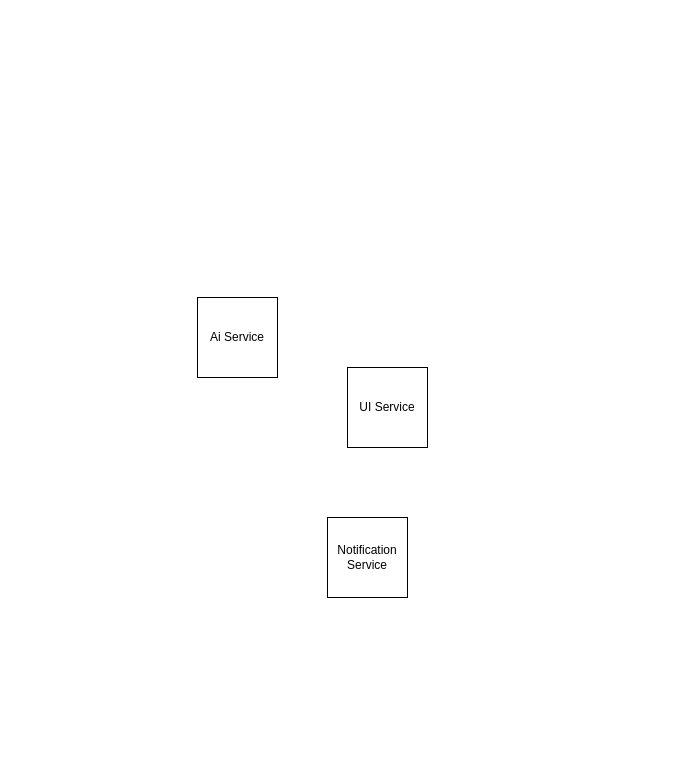
The draw.io diagram page "HLD" (1 of 2) of Designs/diagrams/human-supervisor-hld.drawio in tjha/human-supervisor, before the edit. Source tidied: cells renumbered, new cells numbered last; positions are measured from the earlier drawing's top-left corner, leaving out a move shared by most shapes. Both pictures are drawn from the tidied source at 100%, with x=0, y=0 at pixel (197, 297).
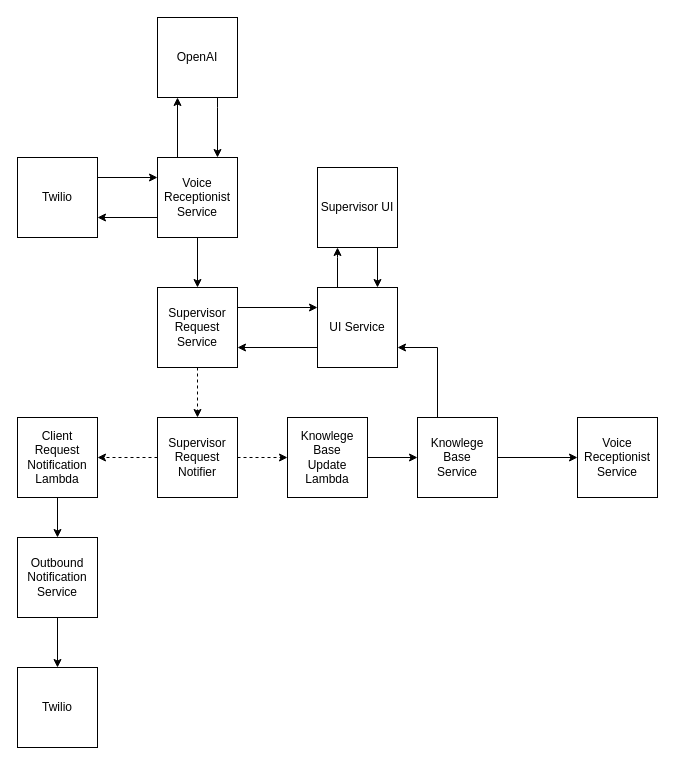
The same diagram, later.

Commit message:
Sketched rough hld outline

The outline covers only service calls, not internal low-level components
like data store and notification services

What changed in the source:
```diff
@@
+    <mxCell id="5" style="edgeStyle=orthogonalEdgeStyle;rounded=0;jettySize=auto;html=1;exitX=0.25;exitY=0;exitDx=0;exitDy=0;entryX=0.25;entryY=1;entryDx=0;entryDy=0;" parent="1" edge="1" source="2" target="19">
+      <mxGeometry relative="1" as="geometry" />
+    </mxCell>
+    <mxCell id="6" style="edgeStyle=orthogonalEdgeStyle;rounded=0;jettySize=auto;html=1;" parent="1" edge="1" source="2" target="15">
+      <mxGeometry relative="1" as="geometry" />
+    </mxCell>
+    <mxCell id="7" style="edgeStyle=orthogonalEdgeStyle;rounded=0;jettySize=auto;html=1;exitX=0;exitY=0.75;exitDx=0;exitDy=0;entryX=1;entryY=0.75;entryDx=0;entryDy=0;" parent="1" edge="1" source="2" target="17">
+      <mxGeometry relative="1" as="geometry" />
+    </mxCell>
-    <mxCell id="2" value="Ai Service" style="whiteSpace=wrap;html=1;" parent="1" vertex="1">
-      <mxGeometry width="80" height="80" as="geometry" />
+    <mxCell id="2" value="Voice Receptionist Service" style="whiteSpace=wrap;html=1;" parent="1" vertex="1">
+      <mxGeometry x="-40" y="-140" width="80" height="80" as="geometry" />
     </mxCell>
+    <mxCell id="8" style="edgeStyle=orthogonalEdgeStyle;rounded=0;jettySize=auto;html=1;entryX=0.25;entryY=1;entryDx=0;entryDy=0;exitX=0.25;exitY=0;exitDx=0;exitDy=0;" parent="1" edge="1" source="3" target="12">
+      <mxGeometry relative="1" as="geometry">
+        <Array as="points">
+          <mxPoint x="140" y="-40" />
+          <mxPoint x="140" y="-40" />
+        </Array>
+      </mxGeometry>
+    </mxCell>
+    <mxCell id="9" style="edgeStyle=orthogonalEdgeStyle;rounded=0;jettySize=auto;html=1;exitX=0;exitY=0.75;exitDx=0;exitDy=0;entryX=1;entryY=0.75;entryDx=0;entryDy=0;" parent="1" edge="1" source="3" target="15">
+      <mxGeometry relative="1" as="geometry" />
+    </mxCell>
     <mxCell id="3" value="UI Service" style="whiteSpace=wrap;html=1;" parent="1" vertex="1">
-      <mxGeometry x="150" y="70" width="80" height="80" as="geometry" />
+      <mxGeometry x="120" y="-10" width="80" height="80" as="geometry" />
     </mxCell>
+    <mxCell id="10" style="edgeStyle=orthogonalEdgeStyle;rounded=0;jettySize=auto;html=1;" parent="1" edge="1" source="4" target="30">
+      <mxGeometry relative="1" as="geometry" />
+    </mxCell>
-    <mxCell id="4" value="Notification Service" style="whiteSpace=wrap;html=1;" parent="1" vertex="1">
-      <mxGeometry x="130" y="220" width="80" height="80" as="geometry" />
+    <mxCell id="4" value="&lt;div&gt;Outbound&lt;/div&gt;Notification Service" style="whiteSpace=wrap;html=1;" parent="1" vertex="1">
+      <mxGeometry x="-180" y="240" width="80" height="80" as="geometry" />
     </mxCell>
+    <mxCell id="11" style="edgeStyle=orthogonalEdgeStyle;rounded=0;jettySize=auto;html=1;exitX=0.75;exitY=1;exitDx=0;exitDy=0;entryX=0.75;entryY=0;entryDx=0;entryDy=0;" parent="1" edge="1" source="12" target="3">
+      <mxGeometry relative="1" as="geometry" />
+    </mxCell>
+    <mxCell id="12" value="Supervisor UI" style="whiteSpace=wrap;html=1;" parent="1" vertex="1">
+      <mxGeometry x="120" y="-130" width="80" height="80" as="geometry" />
+    </mxCell>
+    <mxCell id="13" style="edgeStyle=orthogonalEdgeStyle;rounded=0;jettySize=auto;html=1;dashed=1;" parent="1" edge="1" source="15" target="22">
+      <mxGeometry relative="1" as="geometry" />
+    </mxCell>
+    <mxCell id="14" style="edgeStyle=orthogonalEdgeStyle;rounded=0;jettySize=auto;html=1;entryX=0;entryY=0.25;entryDx=0;entryDy=0;exitX=1;exitY=0.25;exitDx=0;exitDy=0;" parent="1" edge="1" source="15" target="3">
+      <mxGeometry relative="1" as="geometry" />
+    </mxCell>
+    <mxCell id="15" value="&lt;div&gt;Supervisor&lt;/div&gt;Request&lt;div&gt;Service&lt;/div&gt;" style="whiteSpace=wrap;html=1;" parent="1" vertex="1">
+      <mxGeometry x="-40" y="-10" width="80" height="80" as="geometry" />
+    </mxCell>
+    <mxCell id="16" style="edgeStyle=orthogonalEdgeStyle;rounded=0;jettySize=auto;html=1;exitX=1;exitY=0.25;exitDx=0;exitDy=0;entryX=0;entryY=0.25;entryDx=0;entryDy=0;" parent="1" edge="1" source="17" target="2">
+      <mxGeometry relative="1" as="geometry" />
+    </mxCell>
+    <mxCell id="17" value="Twilio" style="whiteSpace=wrap;html=1;" parent="1" vertex="1">
+      <mxGeometry x="-180" y="-140" width="80" height="80" as="geometry" />
+    </mxCell>
+    <mxCell id="18" style="edgeStyle=orthogonalEdgeStyle;rounded=0;jettySize=auto;html=1;entryX=0.75;entryY=0;entryDx=0;entryDy=0;exitX=0.75;exitY=1;exitDx=0;exitDy=0;" parent="1" edge="1" source="19" target="2">
+      <mxGeometry relative="1" as="geometry">
+        <Array as="points">
+          <mxPoint x="20" y="-190" />
+          <mxPoint x="20" y="-190" />
+        </Array>
+      </mxGeometry>
+    </mxCell>
+    <mxCell id="19" value="OpenAI" style="whiteSpace=wrap;html=1;" parent="1" vertex="1">
+      <mxGeometry x="-40" y="-280" width="80" height="80" as="geometry" />
+    </mxCell>
+    <mxCell id="20" style="edgeStyle=orthogonalEdgeStyle;rounded=0;jettySize=auto;html=1;dashed=1;" parent="1" edge="1" source="22" target="24">
+      <mxGeometry relative="1" as="geometry" />
+    </mxCell>
+    <mxCell id="21" style="edgeStyle=orthogonalEdgeStyle;rounded=0;jettySize=auto;html=1;dashed=1;" parent="1" edge="1" source="22" target="29">
+      <mxGeometry relative="1" as="geometry" />
+    </mxCell>
+    <mxCell id="22" value="Supervisor Request Notifier" style="whiteSpace=wrap;html=1;" parent="1" vertex="1">
+      <mxGeometry x="-40" y="120" width="80" height="80" as="geometry" />
+    </mxCell>
+    <mxCell id="23" style="edgeStyle=orthogonalEdgeStyle;rounded=0;jettySize=auto;html=1;" parent="1" edge="1" source="24" target="27">
+      <mxGeometry relative="1" as="geometry" />
+    </mxCell>
+    <mxCell id="24" value="Knowlege&lt;div&gt;Base&lt;div&gt;Update Lambda&lt;/div&gt;&lt;/div&gt;" style="whiteSpace=wrap;html=1;" parent="1" vertex="1">
+      <mxGeometry x="90" y="120" width="80" height="80" as="geometry" />
+    </mxCell>
+    <mxCell id="25" style="edgeStyle=orthogonalEdgeStyle;rounded=0;jettySize=auto;html=1;entryX=1;entryY=0.75;entryDx=0;entryDy=0;" parent="1" edge="1" source="27" target="3">
+      <mxGeometry relative="1" as="geometry">
+        <Array as="points">
+          <mxPoint x="240" y="50" />
+        </Array>
+      </mxGeometry>
+    </mxCell>
+    <mxCell id="26" style="edgeStyle=orthogonalEdgeStyle;rounded=0;jettySize=auto;html=1;" parent="1" edge="1" source="27" target="31">
+      <mxGeometry relative="1" as="geometry" />
+    </mxCell>
+    <mxCell id="27" value="Knowlege&lt;div&gt;Base&lt;div&gt;Service&lt;/div&gt;&lt;/div&gt;" style="whiteSpace=wrap;html=1;" parent="1" vertex="1">
+      <mxGeometry x="220" y="120" width="80" height="80" as="geometry" />
+    </mxCell>
+    <mxCell id="28" style="edgeStyle=orthogonalEdgeStyle;rounded=0;jettySize=auto;html=1;" parent="1" edge="1" source="29" target="4">
+      <mxGeometry relative="1" as="geometry" />
+    </mxCell>
+    <mxCell id="29" value="Client Request Notification Lambda" style="whiteSpace=wrap;html=1;" parent="1" vertex="1">
+      <mxGeometry x="-180" y="120" width="80" height="80" as="geometry" />
+    </mxCell>
+    <mxCell id="30" value="Twilio" style="whiteSpace=wrap;html=1;" parent="1" vertex="1">
+      <mxGeometry x="-180" y="370" width="80" height="80" as="geometry" />
+    </mxCell>
+    <mxCell id="31" value="Voice Receptionist Service" style="whiteSpace=wrap;html=1;" parent="1" vertex="1">
+      <mxGeometry x="380" y="120" width="80" height="80" as="geometry" />
+    </mxCell>
```
